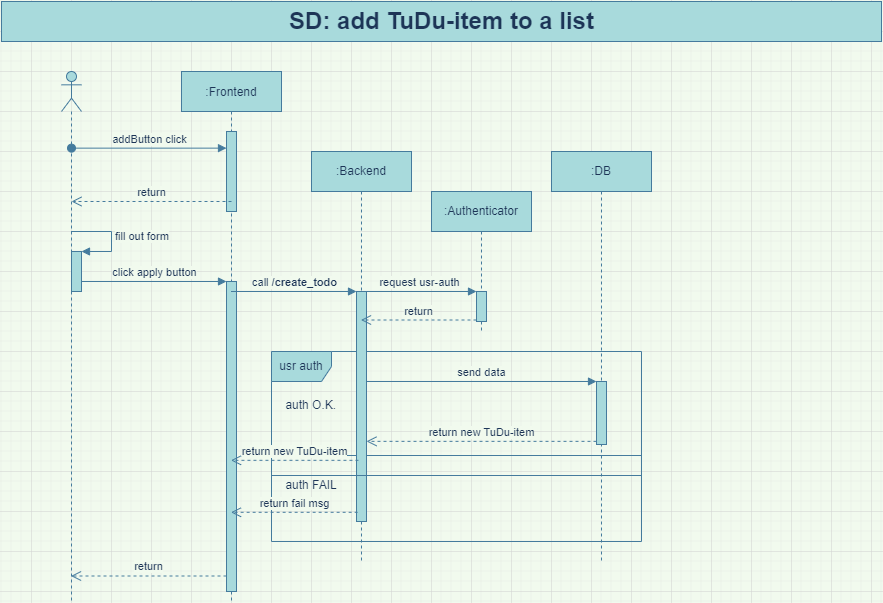
The draw.io diagram diagrams/export/seqDia-01-addItem.drawio.png in TuDU-SE/documentation, before a commit. Source tidied: cells renumbered, new cells last; positions are measured from the earlier drawing's top-left corner, leaving out a move shared by most shapes. Source of this version:
```xml
<mxGraphModel background="#F1FAEE">
  <root>
    <mxCell id="0" />
    <mxCell id="1" parent="0" />
    <mxCell id="2" value=":Frontend" style="shape=umlLifeline;perimeter=lifelinePerimeter;shadow=0;strokeWidth=1;fillColor=#A8DADC;strokeColor=#457B9D;fontColor=#1D3557;" parent="1" vertex="1">
      <mxGeometry x="180" y="70" width="100" height="530" as="geometry" />
    </mxCell>
    <mxCell id="3" style="html=1;points=[];perimeter=orthogonalPerimeter;strokeColor=#457B9D;fillColor=#A8DADC;gradientDirection=west;fontColor=#1D3557;" parent="2" vertex="1">
      <mxGeometry x="45" y="60" width="10" height="80" as="geometry" />
    </mxCell>
    <mxCell id="4" style="html=1;points=[];perimeter=orthogonalPerimeter;strokeColor=#457B9D;fillColor=#A8DADC;gradientDirection=west;fontColor=#1D3557;" parent="2" vertex="1">
      <mxGeometry x="45" y="210" width="10" height="310" as="geometry" />
    </mxCell>
    <mxCell id="5" value="SD: add TuDu-item to a list" style="text;strokeColor=#457B9D;fillColor=#A8DADC;html=1;fontSize=24;fontStyle=1;verticalAlign=middle;align=center;gradientDirection=west;fontColor=#1D3557;" parent="1" vertex="1">
      <mxGeometry width="880" height="40" as="geometry" />
    </mxCell>
    <mxCell id="6" value=":Backend" style="shape=umlLifeline;perimeter=lifelinePerimeter;whiteSpace=wrap;html=1;outlineConnect=0;strokeColor=#457B9D;fillColor=#A8DADC;gradientDirection=west;fontColor=#1D3557;" parent="1" vertex="1">
      <mxGeometry x="310" y="150" width="100" height="410" as="geometry" />
    </mxCell>
    <mxCell id="7" style="group;fontColor=#1D3557;" parent="6" vertex="1">
      <mxGeometry x="-40" y="200" width="370" height="190" as="geometry" />
    </mxCell>
    <mxCell id="8" style="group;fontColor=#1D3557;" parent="7" vertex="1">
      <mxGeometry width="370" height="190" as="geometry" />
    </mxCell>
    <mxCell id="9" value="usr auth" style="shape=umlFrame;whiteSpace=wrap;html=1;strokeColor=#457B9D;fillColor=#A8DADC;gradientDirection=west;fontColor=#1D3557;" parent="8" vertex="1">
      <mxGeometry width="370" height="190" as="geometry" />
    </mxCell>
    <mxCell id="10" value="auth O.K." style="text;strokeColor=none;fillColor=none;align=left;verticalAlign=top;spacingLeft=4;spacingRight=4;overflow=hidden;fontColor=#1D3557;" parent="9" vertex="1">
      <mxGeometry x="8.4" y="40" width="69.4" height="26" as="geometry" />
    </mxCell>
    <mxCell id="11" value="auth FAIL" style="text;strokeColor=none;fillColor=none;align=left;verticalAlign=top;spacingLeft=4;spacingRight=4;overflow=hidden;fontColor=#1D3557;" parent="9" vertex="1">
      <mxGeometry x="8.4" y="120" width="80.9" height="26" as="geometry" />
    </mxCell>
    <mxCell id="12" style="line;strokeWidth=1;fillColor=none;align=left;verticalAlign=middle;spacingTop=-1;spacingLeft=3;spacingRight=3;labelPosition=right;strokeColor=#457B9D;labelBackgroundColor=#F1FAEE;fontColor=#1D3557;" parent="8" vertex="1">
      <mxGeometry y="100" width="370" height="8" as="geometry" />
    </mxCell>
    <mxCell id="13" style="endArrow=none;dashed=1;html=1;labelBackgroundColor=#F1FAEE;strokeColor=#457B9D;fontColor=#1D3557;rounded=0;" parent="8" edge="1" target="9">
      <mxGeometry relative="1" as="geometry">
        <mxPoint y="100" as="sourcePoint" />
      </mxGeometry>
    </mxCell>
    <mxCell id="14" style="html=1;points=[];perimeter=orthogonalPerimeter;strokeColor=#457B9D;fillColor=#A8DADC;gradientDirection=west;fontColor=#1D3557;" parent="6" vertex="1">
      <mxGeometry x="45" y="140" width="10" height="230" as="geometry" />
    </mxCell>
    <mxCell id="15" value=":DB" style="shape=umlLifeline;perimeter=lifelinePerimeter;whiteSpace=wrap;html=1;strokeColor=#457B9D;fillColor=#A8DADC;gradientDirection=west;fontColor=#1D3557;" parent="1" vertex="1">
      <mxGeometry x="550" y="150" width="100" height="410" as="geometry" />
    </mxCell>
    <mxCell id="16" style="html=1;points=[];perimeter=orthogonalPerimeter;strokeColor=#457B9D;fillColor=#A8DADC;gradientDirection=west;fontColor=#1D3557;" parent="15" vertex="1">
      <mxGeometry x="45" y="230" width="10" height="63" as="geometry" />
    </mxCell>
    <mxCell id="17" style="shape=umlLifeline;participant=umlActor;perimeter=lifelinePerimeter;whiteSpace=wrap;html=1;verticalAlign=top;spacingTop=36;outlineConnect=0;strokeColor=#457B9D;fillColor=#A8DADC;gradientDirection=west;fontColor=#1D3557;" parent="1" vertex="1">
      <mxGeometry x="60" y="70" width="20" height="530" as="geometry" />
    </mxCell>
    <mxCell id="18" style="html=1;points=[];perimeter=orthogonalPerimeter;strokeColor=#457B9D;fillColor=#A8DADC;gradientDirection=west;fontColor=#1D3557;" parent="17" vertex="1">
      <mxGeometry x="10" y="180" width="10" height="40" as="geometry" />
    </mxCell>
    <mxCell id="19" value="fill out form" style="edgeStyle=orthogonalEdgeStyle;html=1;align=left;spacingLeft=2;endArrow=block;entryX=1;entryY=0;labelBackgroundColor=#F1FAEE;strokeColor=#457B9D;fontColor=#1D3557;rounded=0;" parent="17" edge="1" source="17" target="18">
      <mxGeometry relative="1" as="geometry">
        <Array as="points">
          <mxPoint x="50" y="160" />
          <mxPoint x="50" y="180" />
        </Array>
      </mxGeometry>
    </mxCell>
    <mxCell id="20" value="addButton click" style="html=1;verticalAlign=bottom;startArrow=oval;endArrow=block;startSize=8;labelBackgroundColor=#F1FAEE;strokeColor=#457B9D;fontColor=#1D3557;rounded=0;" parent="1" edge="1" target="3">
      <mxGeometry relative="1" as="geometry">
        <mxPoint x="70" y="146.6" as="sourcePoint" />
      </mxGeometry>
    </mxCell>
    <mxCell id="21" value="return" style="html=1;verticalAlign=bottom;endArrow=open;dashed=1;endSize=8;labelBackgroundColor=#F1FAEE;strokeColor=#457B9D;fontColor=#1D3557;rounded=0;" parent="1" edge="1">
      <mxGeometry relative="1" as="geometry">
        <mxPoint x="230" y="200" as="sourcePoint" />
        <mxPoint x="70" y="200" as="targetPoint" />
      </mxGeometry>
    </mxCell>
    <mxCell id="22" value="click apply button" style="html=1;verticalAlign=bottom;endArrow=block;entryX=0;entryY=0;labelBackgroundColor=#F1FAEE;strokeColor=#457B9D;fontColor=#1D3557;rounded=0;" parent="1" edge="1" source="18" target="4">
      <mxGeometry relative="1" as="geometry" />
    </mxCell>
    <mxCell id="23" value="return" style="html=1;verticalAlign=bottom;endArrow=open;dashed=1;endSize=8;exitX=0;exitY=0.95;labelBackgroundColor=#F1FAEE;strokeColor=#457B9D;fontColor=#1D3557;rounded=0;" parent="1" edge="1" source="4" target="17">
      <mxGeometry relative="1" as="geometry" />
    </mxCell>
    <mxCell id="24" value="call &lt;b&gt;/create_todo&lt;/b&gt;" style="html=1;verticalAlign=bottom;endArrow=block;entryX=0;entryY=0;labelBackgroundColor=#F1FAEE;strokeColor=#457B9D;fontColor=#1D3557;rounded=0;" parent="1" edge="1" source="2" target="14">
      <mxGeometry relative="1" as="geometry" />
    </mxCell>
    <mxCell id="25" value="return fail msg" style="html=1;verticalAlign=bottom;endArrow=open;dashed=1;endSize=8;exitX=0.114;exitY=0.96;exitDx=0;exitDy=0;exitPerimeter=0;labelBackgroundColor=#F1FAEE;strokeColor=#457B9D;fontColor=#1D3557;rounded=0;" parent="1" edge="1" source="14" target="2">
      <mxGeometry relative="1" as="geometry" />
    </mxCell>
    <mxCell id="26" value=":Authenticator" style="shape=umlLifeline;perimeter=lifelinePerimeter;whiteSpace=wrap;html=1;strokeColor=#457B9D;fillColor=#A8DADC;gradientDirection=west;fontColor=#1D3557;" parent="1" vertex="1">
      <mxGeometry x="430" y="190" width="100" height="140" as="geometry" />
    </mxCell>
    <mxCell id="27" style="html=1;points=[];perimeter=orthogonalPerimeter;strokeColor=#457B9D;fillColor=#A8DADC;gradientDirection=west;fontColor=#1D3557;" parent="26" vertex="1">
      <mxGeometry x="45" y="100" width="10" height="30" as="geometry" />
    </mxCell>
    <mxCell id="28" value="request usr-auth" style="html=1;verticalAlign=bottom;endArrow=block;entryX=0;entryY=0;labelBackgroundColor=#F1FAEE;strokeColor=#457B9D;fontColor=#1D3557;rounded=0;" parent="1" edge="1" source="6" target="27">
      <mxGeometry relative="1" as="geometry" />
    </mxCell>
    <mxCell id="29" value="return" style="html=1;verticalAlign=bottom;endArrow=open;dashed=1;endSize=8;exitX=0;exitY=0.95;labelBackgroundColor=#F1FAEE;strokeColor=#457B9D;fontColor=#1D3557;rounded=0;" parent="1" edge="1" source="27" target="6">
      <mxGeometry relative="1" as="geometry" />
    </mxCell>
    <mxCell id="30" value="return new TuDu-item" style="html=1;verticalAlign=bottom;endArrow=open;dashed=1;endSize=8;exitX=0.195;exitY=0.734;exitDx=0;exitDy=0;exitPerimeter=0;labelBackgroundColor=#F1FAEE;strokeColor=#457B9D;fontColor=#1D3557;rounded=0;" parent="1" edge="1" source="14" target="2">
      <mxGeometry relative="1" as="geometry" />
    </mxCell>
    <mxCell id="31" style="line;strokeWidth=1;fillColor=none;align=left;verticalAlign=middle;spacingTop=-1;spacingLeft=3;spacingRight=3;labelPosition=right;strokeColor=#457B9D;labelBackgroundColor=#F1FAEE;fontColor=#1D3557;" parent="1" vertex="1">
      <mxGeometry x="270" y="470" width="370" height="8" as="geometry" />
    </mxCell>
    <mxCell id="32" value="send data" style="html=1;verticalAlign=bottom;endArrow=block;entryX=0;entryY=0;labelBackgroundColor=#F1FAEE;strokeColor=#457B9D;fontColor=#1D3557;rounded=0;" parent="1" edge="1" source="14" target="16">
      <mxGeometry relative="1" as="geometry" />
    </mxCell>
    <mxCell id="33" value="return new TuDu-item" style="html=1;verticalAlign=bottom;endArrow=open;dashed=1;endSize=8;exitX=0;exitY=0.95;labelBackgroundColor=#F1FAEE;strokeColor=#457B9D;fontColor=#1D3557;rounded=0;" parent="1" edge="1" source="16" target="14">
      <mxGeometry relative="1" as="geometry" />
    </mxCell>
  </root>
</mxGraphModel>
```
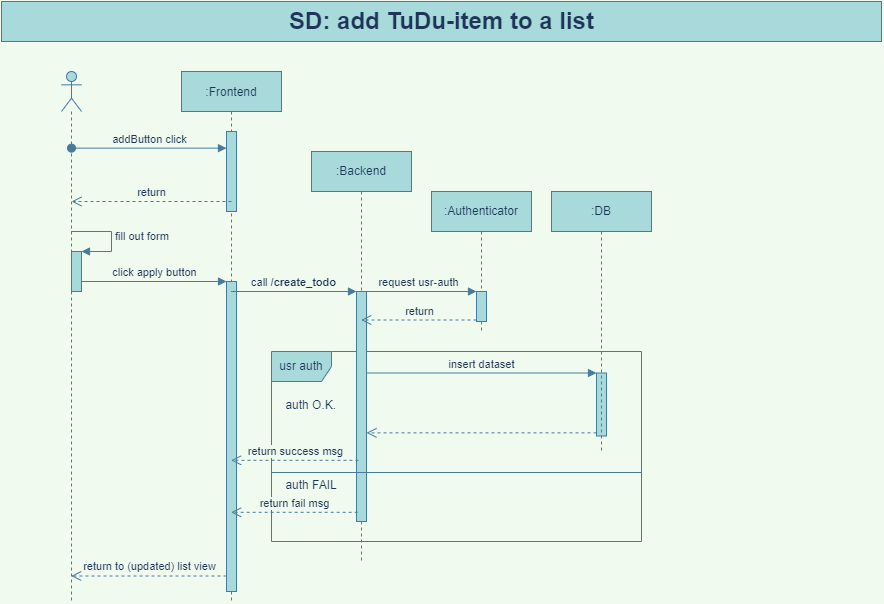
The same diagram one commit later.

Change to the diagram source:
```diff
@@ -32,23 +32,26 @@
     <mxCell id="11" value="auth FAIL" style="text;strokeColor=none;fillColor=none;align=left;verticalAlign=top;spacingLeft=4;spacingRight=4;overflow=hidden;fontColor=#1D3557;" parent="9" vertex="1">
       <mxGeometry x="8.4" y="120" width="80.9" height="26" as="geometry" />
     </mxCell>
-    <mxCell id="12" style="line;strokeWidth=1;fillColor=none;align=left;verticalAlign=middle;spacingTop=-1;spacingLeft=3;spacingRight=3;labelPosition=right;strokeColor=#457B9D;labelBackgroundColor=#F1FAEE;fontColor=#1D3557;" parent="8" vertex="1">
-      <mxGeometry y="100" width="370" height="8" as="geometry" />
-    </mxCell>
     <mxCell id="13" style="endArrow=none;dashed=1;html=1;labelBackgroundColor=#F1FAEE;strokeColor=#457B9D;fontColor=#1D3557;rounded=0;" parent="8" edge="1" target="9">
       <mxGeometry relative="1" as="geometry">
         <mxPoint y="100" as="sourcePoint" />
       </mxGeometry>
     </mxCell>
+    <mxCell id="16" style="html=1;points=[];perimeter=orthogonalPerimeter;strokeColor=#457B9D;fillColor=#A8DADC;gradientDirection=west;fontColor=#1D3557;" parent="8" vertex="1">
+      <mxGeometry x="325" y="21.5" width="10" height="63" as="geometry" />
+    </mxCell>
     <mxCell id="14" style="html=1;points=[];perimeter=orthogonalPerimeter;strokeColor=#457B9D;fillColor=#A8DADC;gradientDirection=west;fontColor=#1D3557;" parent="6" vertex="1">
       <mxGeometry x="45" y="140" width="10" height="230" as="geometry" />
     </mxCell>
+    <mxCell id="33" style="html=1;verticalAlign=bottom;endArrow=open;dashed=1;endSize=8;exitX=0;exitY=0.95;labelBackgroundColor=#F1FAEE;strokeColor=#457B9D;fontColor=#1D3557;rounded=0;" parent="6" edge="1" source="16" target="14">
+      <mxGeometry relative="1" as="geometry" />
+    </mxCell>
+    <mxCell id="32" value="insert dataset" style="html=1;verticalAlign=bottom;endArrow=block;entryX=0;entryY=0;labelBackgroundColor=#F1FAEE;strokeColor=#457B9D;fontColor=#1D3557;rounded=0;" parent="6" edge="1" source="14" target="16">
+      <mxGeometry relative="1" as="geometry" />
+    </mxCell>
     <mxCell id="15" value=":DB" style="shape=umlLifeline;perimeter=lifelinePerimeter;whiteSpace=wrap;html=1;strokeColor=#457B9D;fillColor=#A8DADC;gradientDirection=west;fontColor=#1D3557;" parent="1" vertex="1">
-      <mxGeometry x="550" y="150" width="100" height="410" as="geometry" />
+      <mxGeometry x="550" y="190" width="100" height="260" as="geometry" />
     </mxCell>
-    <mxCell id="16" style="html=1;points=[];perimeter=orthogonalPerimeter;strokeColor=#457B9D;fillColor=#A8DADC;gradientDirection=west;fontColor=#1D3557;" parent="15" vertex="1">
-      <mxGeometry x="45" y="230" width="10" height="63" as="geometry" />
-    </mxCell>
     <mxCell id="17" style="shape=umlLifeline;participant=umlActor;perimeter=lifelinePerimeter;whiteSpace=wrap;html=1;verticalAlign=top;spacingTop=36;outlineConnect=0;strokeColor=#457B9D;fillColor=#A8DADC;gradientDirection=west;fontColor=#1D3557;" parent="1" vertex="1">
       <mxGeometry x="60" y="70" width="20" height="530" as="geometry" />
     </mxCell>
@@ -77,7 +80,7 @@
     <mxCell id="22" value="click apply button" style="html=1;verticalAlign=bottom;endArrow=block;entryX=0;entryY=0;labelBackgroundColor=#F1FAEE;strokeColor=#457B9D;fontColor=#1D3557;rounded=0;" parent="1" edge="1" source="18" target="4">
       <mxGeometry relative="1" as="geometry" />
     </mxCell>
-    <mxCell id="23" value="return" style="html=1;verticalAlign=bottom;endArrow=open;dashed=1;endSize=8;exitX=0;exitY=0.95;labelBackgroundColor=#F1FAEE;strokeColor=#457B9D;fontColor=#1D3557;rounded=0;" parent="1" edge="1" source="4" target="17">
+    <mxCell id="23" value="return to (updated) list view" style="html=1;verticalAlign=bottom;endArrow=open;dashed=1;endSize=8;exitX=0;exitY=0.95;labelBackgroundColor=#F1FAEE;strokeColor=#457B9D;fontColor=#1D3557;rounded=0;" parent="1" edge="1" source="4" target="17">
       <mxGeometry relative="1" as="geometry" />
     </mxCell>
     <mxCell id="24" value="call &lt;b&gt;/create_todo&lt;/b&gt;" style="html=1;verticalAlign=bottom;endArrow=block;entryX=0;entryY=0;labelBackgroundColor=#F1FAEE;strokeColor=#457B9D;fontColor=#1D3557;rounded=0;" parent="1" edge="1" source="2" target="14">
@@ -98,17 +101,11 @@
     <mxCell id="29" value="return" style="html=1;verticalAlign=bottom;endArrow=open;dashed=1;endSize=8;exitX=0;exitY=0.95;labelBackgroundColor=#F1FAEE;strokeColor=#457B9D;fontColor=#1D3557;rounded=0;" parent="1" edge="1" source="27" target="6">
       <mxGeometry relative="1" as="geometry" />
     </mxCell>
-    <mxCell id="30" value="return new TuDu-item" style="html=1;verticalAlign=bottom;endArrow=open;dashed=1;endSize=8;exitX=0.195;exitY=0.734;exitDx=0;exitDy=0;exitPerimeter=0;labelBackgroundColor=#F1FAEE;strokeColor=#457B9D;fontColor=#1D3557;rounded=0;" parent="1" edge="1" source="14" target="2">
+    <mxCell id="30" value="return success msg" style="html=1;verticalAlign=bottom;endArrow=open;dashed=1;endSize=8;exitX=0.195;exitY=0.734;exitDx=0;exitDy=0;exitPerimeter=0;labelBackgroundColor=#F1FAEE;strokeColor=#457B9D;fontColor=#1D3557;rounded=0;" parent="1" edge="1" source="14" target="2">
       <mxGeometry relative="1" as="geometry" />
     </mxCell>
     <mxCell id="31" style="line;strokeWidth=1;fillColor=none;align=left;verticalAlign=middle;spacingTop=-1;spacingLeft=3;spacingRight=3;labelPosition=right;strokeColor=#457B9D;labelBackgroundColor=#F1FAEE;fontColor=#1D3557;" parent="1" vertex="1">
-      <mxGeometry x="270" y="470" width="370" height="8" as="geometry" />
+      <mxGeometry x="270" y="467" width="370" height="8" as="geometry" />
     </mxCell>
-    <mxCell id="32" value="send data" style="html=1;verticalAlign=bottom;endArrow=block;entryX=0;entryY=0;labelBackgroundColor=#F1FAEE;strokeColor=#457B9D;fontColor=#1D3557;rounded=0;" parent="1" edge="1" source="14" target="16">
-      <mxGeometry relative="1" as="geometry" />
-    </mxCell>
-    <mxCell id="33" value="return new TuDu-item" style="html=1;verticalAlign=bottom;endArrow=open;dashed=1;endSize=8;exitX=0;exitY=0.95;labelBackgroundColor=#F1FAEE;strokeColor=#457B9D;fontColor=#1D3557;rounded=0;" parent="1" edge="1" source="16" target="14">
-      <mxGeometry relative="1" as="geometry" />
-    </mxCell>
   </root>
 </mxGraphModel>
```
